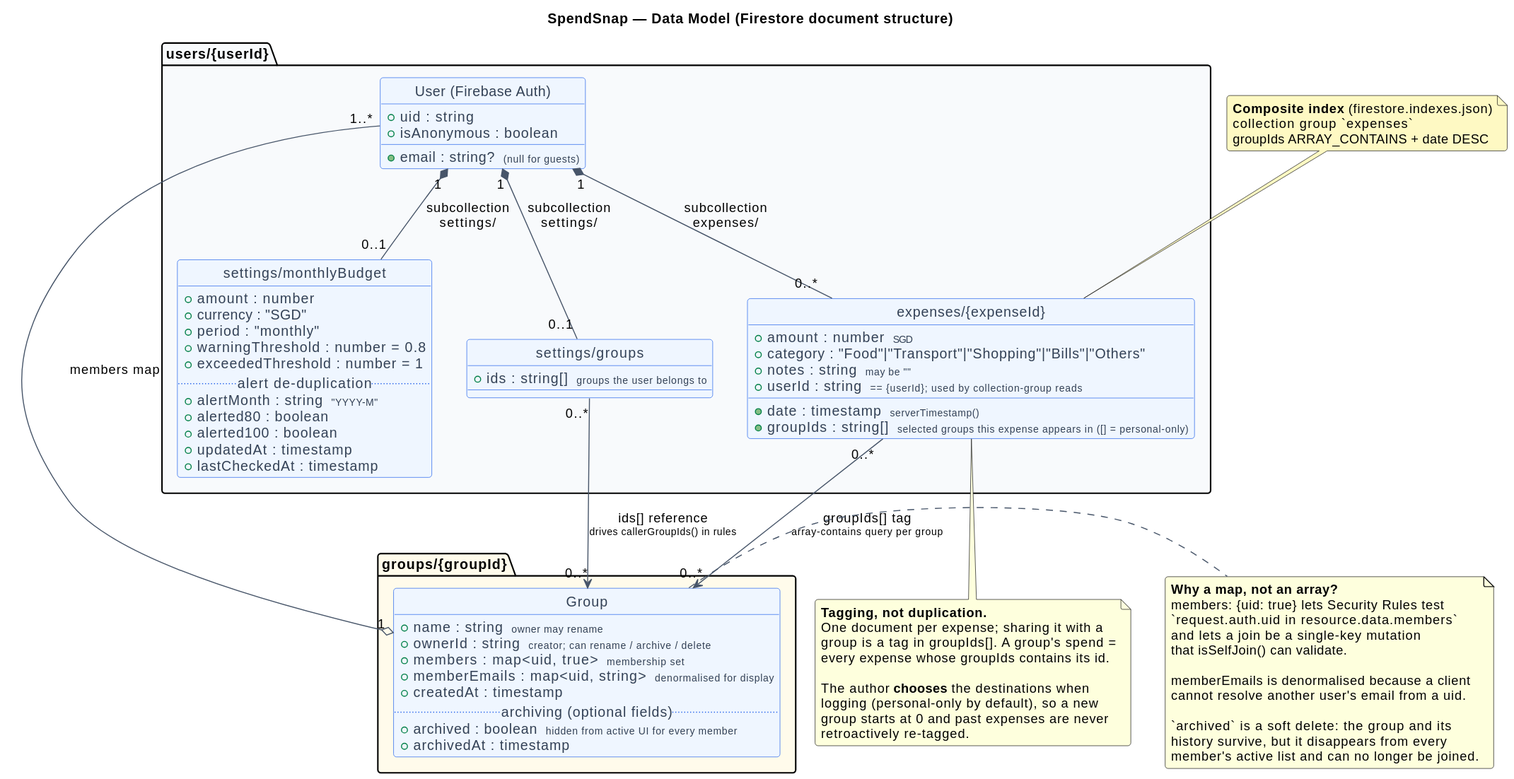
Before: docs/diagrams/svg/03-data-model.svg, a diagram exported from PlantUML (GeraldFSE/SpendSnap).
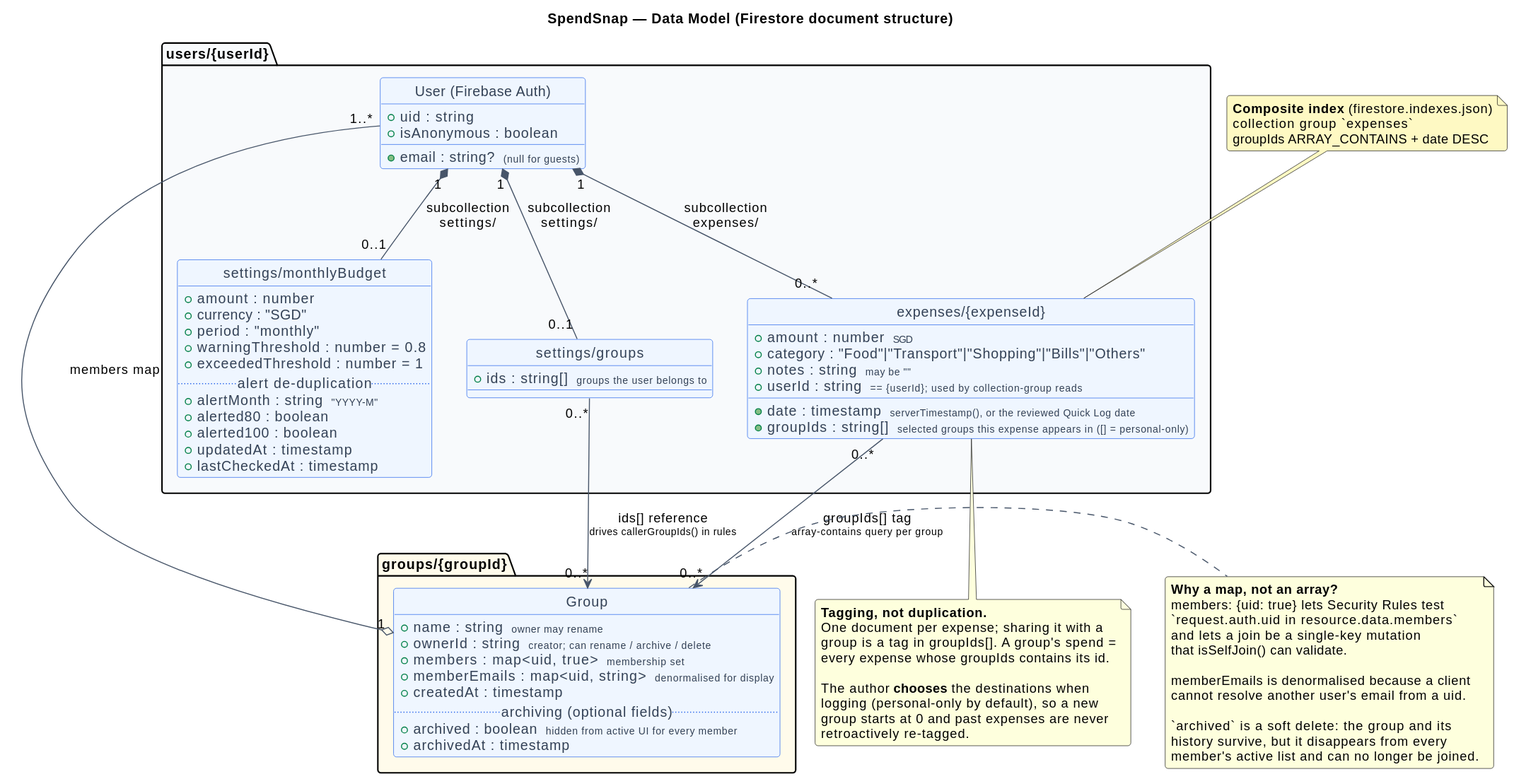
Above is the later version.

Change to the diagram source:
```diff
@@ -26,7 +26,7 @@
     +amount : number  <size:10>SGD</size>
     +category : "Food"|"Transport"|"Shopping"|"Bills"|"Others"
     +notes : string  <size:10>may be ""</size>
-    +date : timestamp  <size:10>serverTimestamp()</size>
+    +date : timestamp  <size:10>serverTimestamp(), or the reviewed Quick Log date</size>
     +userId : string  <size:10>== {userId}; used by collection-group reads</size>
     +groupIds : string[]  <size:10>selected groups this expense appears in ([] = personal-only)</size>
   }
```
